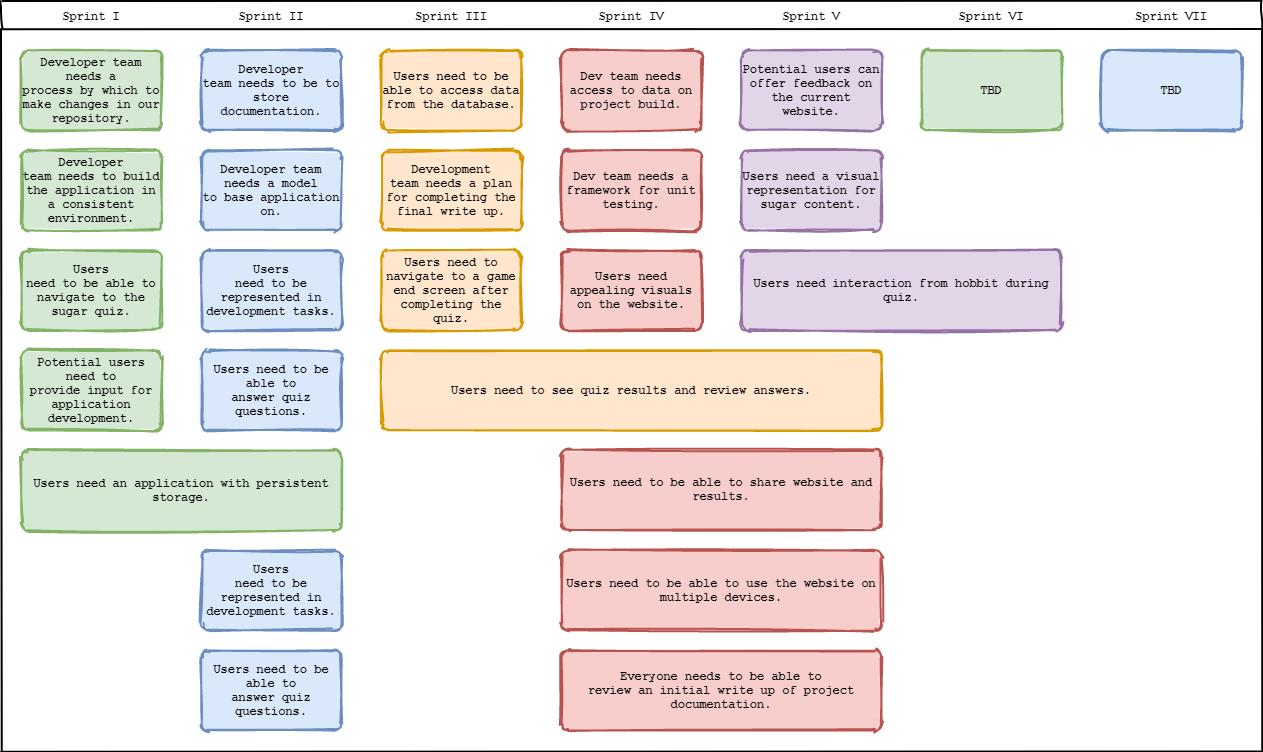
Above: SprintsAndProjectManagement/SprintDiagram.png in kesteckb/COMSM-SEGP (draw.io), before the change. Source tidied: cells renumbered, new cells last; positions are measured from the earlier drawing's top-left corner, leaving out a move shared by most shapes.
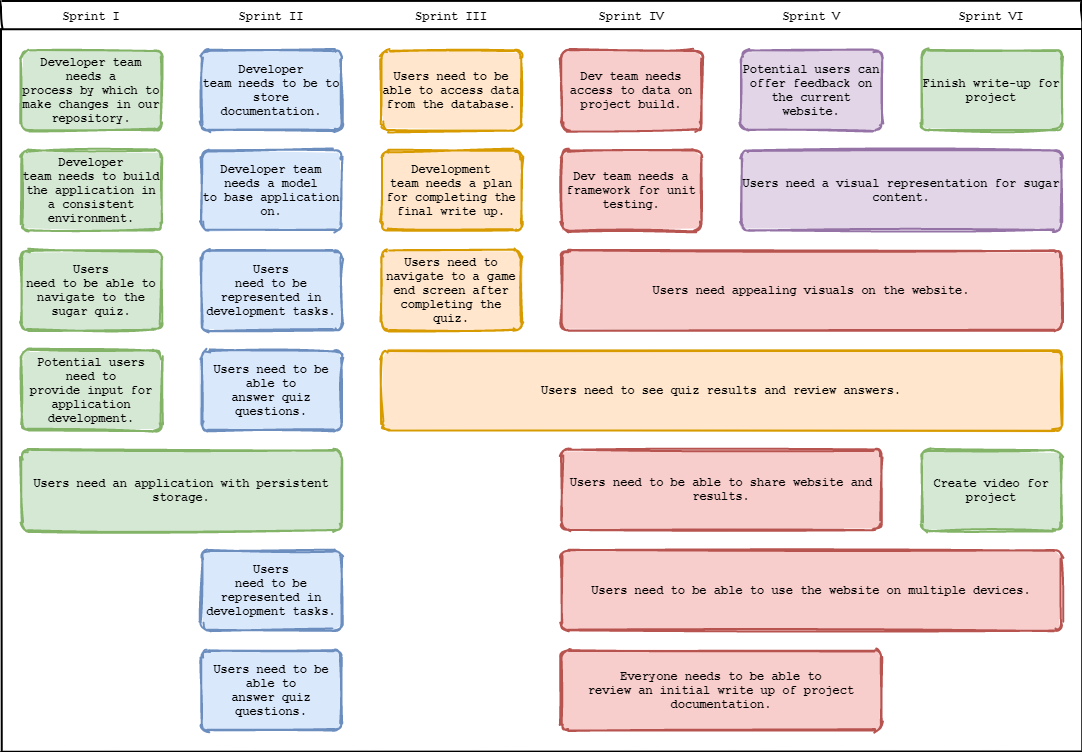
Later version of the same file.

What changed in the source:
```diff
@@ -3,7 +3,7 @@
     <mxCell id="0" />
     <mxCell id="1" parent="0" />
     <mxCell id="2" style="swimlane;fontStyle=2;horizontal=1;startSize=28;swimlaneFillColor=none;fontFamily=Permanent Marker;fontSize=16;verticalAlign=top;stackBorder=0;strokeWidth=2;sketch=1;disableMultiStroke=1;" parent="1" vertex="1">
-      <mxGeometry width="1260" height="750" as="geometry" />
+      <mxGeometry width="1080" height="750" as="geometry" />
     </mxCell>
     <mxCell id="3" value="Sprint I" style="swimlane;strokeWidth=2;fontFamily=Courier New;html=0;startSize=1;verticalAlign=bottom;spacingBottom=5;stackBorder=20;sketch=1;strokeColor=none;fillStyle=solid;fillColor=#A0522D;" parent="2" vertex="1">
       <mxGeometry y="28" width="180" height="722" as="geometry" />
@@ -97,14 +97,9 @@
         <mxGeometry x="20" y="121" width="140" height="80" as="geometry" />
       </mxCell>
     </object>
-    <object id="23" label="Users need appealing visuals on the website." placeholders="1">
-      <mxCell style="whiteSpace=wrap;html=1;strokeWidth=2;fillColor=#f8cecc;fontStyle=1;spacingTop=0;rounded=1;arcSize=9;sketch=1;fontFamily=Courier New;hachureGap=8;fillWeight=1;strokeColor=#b85450;fillStyle=solid;" parent="20" vertex="1">
-        <mxGeometry x="20" y="221" width="140" height="80" as="geometry" />
-      </mxCell>
-    </object>
     <object id="24" label="Users&lt;br&gt;need to be able to share website and results." placeholders="1">
       <mxCell style="whiteSpace=wrap;html=1;strokeWidth=2;fontStyle=1;spacingTop=0;rounded=1;arcSize=9;sketch=1;fontFamily=Courier New;hachureGap=8;fillWeight=1;fillColor=none;strokeColor=none;noLabel=1;fontColor=none;" parent="20" vertex="1">
-        <mxGeometry x="20" y="321" width="140" height="80" as="geometry" />
+        <mxGeometry x="20" y="221" width="140" height="80" as="geometry" />
       </mxCell>
     </object>
     <mxCell id="25" value="Sprint V" style="swimlane;strokeWidth=2;fontFamily=Courier New;html=0;startSize=1;verticalAlign=bottom;spacingBottom=5;stackBorder=20;sketch=1;strokeColor=none;fillStyle=solid;fillColor=#1BA1E2;" parent="2" vertex="1">
@@ -115,30 +110,17 @@
         <mxGeometry x="20" y="21" width="140" height="80" as="geometry" />
       </mxCell>
     </object>
-    <object id="27" label="Users need a visual representation for sugar content." placeholders="1">
-      <mxCell style="whiteSpace=wrap;html=1;strokeWidth=2;fillColor=#e1d5e7;fontStyle=1;spacingTop=0;rounded=1;arcSize=9;sketch=1;fontFamily=Courier New;hachureGap=8;fillWeight=1;strokeColor=#9673a6;fillStyle=solid;" parent="25" vertex="1">
-        <mxGeometry x="20" y="121" width="140" height="80" as="geometry" />
-      </mxCell>
-    </object>
     <mxCell id="28" value="Sprint VI" style="swimlane;strokeWidth=2;fontFamily=Courier New;html=0;startSize=1;verticalAlign=bottom;spacingBottom=5;stackBorder=20;sketch=1;strokeColor=none;fillStyle=solid;fillColor=#1BA1E2;" parent="2" vertex="1">
       <mxGeometry x="900" y="28" width="180" height="722" as="geometry" />
     </mxCell>
-    <object id="29" label="TBD" placeholders="1">
+    <object id="29" label="Finish write-up for project" placeholders="1">
       <mxCell style="whiteSpace=wrap;html=1;strokeWidth=2;fillColor=#d5e8d4;fontStyle=1;spacingTop=0;rounded=1;arcSize=9;sketch=1;fontFamily=Courier New;hachureGap=8;fillWeight=1;strokeColor=#82b366;fillStyle=solid;" parent="28" vertex="1">
         <mxGeometry x="20" y="21" width="140" height="80" as="geometry" />
       </mxCell>
     </object>
-    <mxCell id="30" value="Sprint VII" style="swimlane;strokeWidth=2;fontFamily=Courier New;html=0;startSize=1;verticalAlign=bottom;spacingBottom=5;stackBorder=20;sketch=1;strokeColor=none;fillStyle=solid;fillColor=#1BA1E2;" parent="2" vertex="1">
-      <mxGeometry x="1080" y="28" width="180" height="722" as="geometry" />
-    </mxCell>
-    <object id="31" label="TBD" placeholders="1">
-      <mxCell style="whiteSpace=wrap;html=1;strokeWidth=2;fillColor=#dae8fc;fontStyle=1;spacingTop=0;rounded=1;arcSize=9;sketch=1;fontFamily=Courier New;hachureGap=8;fillWeight=1;strokeColor=#6c8ebf;fillStyle=solid;" parent="30" vertex="1">
-        <mxGeometry x="20" y="21" width="140" height="80" as="geometry" />
-      </mxCell>
-    </object>
     <object id="32" label="Users&amp;nbsp;need to see quiz results and review answers." placeholders="1">
       <mxCell style="whiteSpace=wrap;html=1;strokeWidth=2;fillColor=#ffe6cc;fontStyle=1;spacingTop=0;rounded=1;arcSize=9;sketch=1;fontFamily=Courier New;hachureGap=8;fillWeight=1;strokeColor=#d79b00;fillStyle=solid;" parent="1" vertex="1">
-        <mxGeometry x="380" y="349" width="500" height="80" as="geometry" />
+        <mxGeometry x="380" y="349" width="680" height="80" as="geometry" />
       </mxCell>
     </object>
     <object id="33" label="&lt;span&gt;Everyone needs to be able to&lt;br&gt;     review an initial write up of project documentation.&lt;br&gt;&lt;/span&gt;" placeholders="1">
@@ -148,7 +130,7 @@
     </object>
     <object id="34" label="&lt;span&gt;Users&amp;nbsp;&lt;/span&gt;&lt;span&gt;need to be able to use the website on multiple devices.&lt;/span&gt;" placeholders="1">
       <mxCell style="whiteSpace=wrap;html=1;strokeWidth=2;fillColor=#f8cecc;fontStyle=1;spacingTop=0;rounded=1;arcSize=9;sketch=1;fontFamily=Courier New;hachureGap=8;fillWeight=1;strokeColor=#b85450;fillStyle=solid;" parent="1" vertex="1">
-        <mxGeometry x="560" y="549" width="320" height="80" as="geometry" />
+        <mxGeometry x="560" y="549" width="500" height="80" as="geometry" />
       </mxCell>
     </object>
     <object id="35" label="Users&amp;nbsp;need to be able to share website and results." placeholders="1">
@@ -156,15 +138,25 @@
         <mxGeometry x="560" y="448" width="320" height="80" as="geometry" />
       </mxCell>
     </object>
-    <object id="36" label="Users need interaction from hobbit during quiz." placeholders="1">
-      <mxCell style="whiteSpace=wrap;html=1;strokeWidth=2;fillColor=#e1d5e7;fontStyle=1;spacingTop=0;rounded=1;arcSize=9;sketch=1;fontFamily=Courier New;hachureGap=8;fillWeight=1;strokeColor=#9673a6;fillStyle=solid;" parent="1" vertex="1">
-        <mxGeometry x="740" y="249" width="320" height="80" as="geometry" />
-      </mxCell>
-    </object>
     <object id="37" label="Users&amp;nbsp;need an application with persistent storage." placeholders="1">
       <mxCell style="whiteSpace=wrap;html=1;strokeWidth=2;fillColor=#d5e8d4;fontStyle=1;spacingTop=0;rounded=1;arcSize=9;sketch=1;fontFamily=Courier New;hachureGap=8;fillWeight=1;strokeColor=#82b366;fillStyle=solid;" parent="1" vertex="1">
         <mxGeometry x="20" y="449" width="320" height="80" as="geometry" />
       </mxCell>
     </object>
+    <object id="27" label="Users need a visual representation for sugar content." placeholders="1">
+      <mxCell style="whiteSpace=wrap;html=1;strokeWidth=2;fillColor=#e1d5e7;fontStyle=1;spacingTop=0;rounded=1;arcSize=9;sketch=1;fontFamily=Courier New;hachureGap=8;fillWeight=1;strokeColor=#9673a6;fillStyle=solid;" parent="1" vertex="1">
+        <mxGeometry x="740" y="149" width="320" height="80" as="geometry" />
+      </mxCell>
+    </object>
+    <object id="38" label="Create video for project" placeholders="1">
+      <mxCell style="whiteSpace=wrap;html=1;strokeWidth=2;fillColor=#d5e8d4;fontStyle=1;spacingTop=0;rounded=1;arcSize=9;sketch=1;fontFamily=Courier New;hachureGap=8;fillWeight=1;strokeColor=#82b366;fillStyle=solid;" parent="1" vertex="1">
+        <mxGeometry x="920" y="449" width="140" height="80" as="geometry" />
+      </mxCell>
+    </object>
+    <object id="23" label="Users need appealing visuals on the website." placeholders="1">
+      <mxCell style="whiteSpace=wrap;html=1;strokeWidth=2;fillColor=#f8cecc;fontStyle=1;spacingTop=0;rounded=1;arcSize=9;sketch=1;fontFamily=Courier New;hachureGap=8;fillWeight=1;strokeColor=#b85450;fillStyle=solid;" parent="1" vertex="1">
+        <mxGeometry x="560" y="249" width="500" height="80" as="geometry" />
+      </mxCell>
+    </object>
   </root>
 </mxGraphModel>
```
